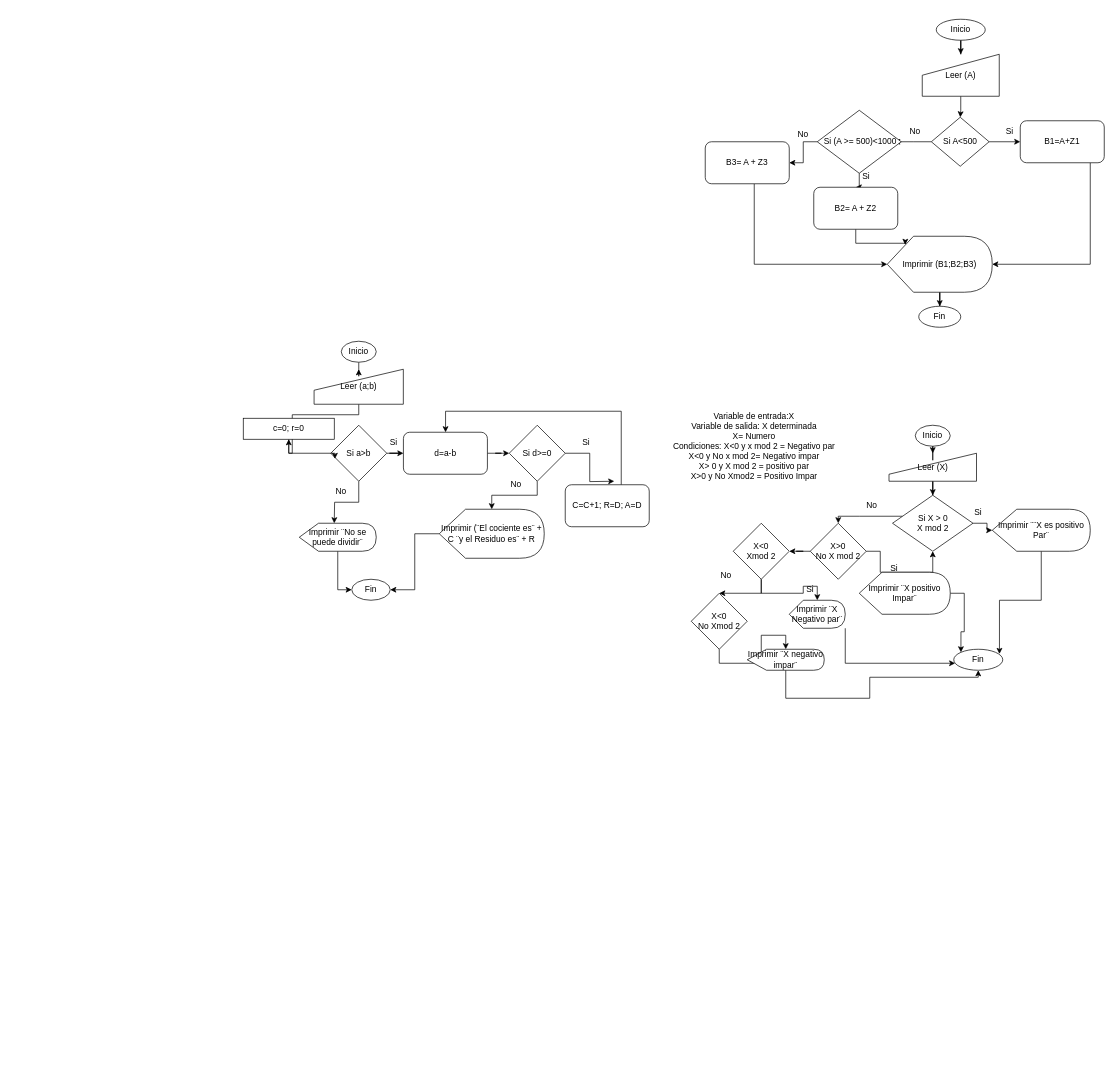
Above: Untitled Diagram.drawio in SabriHinojosa/Intro-Progr (draw.io), before the change. Source tidied: cells renumbered, new cells numbered last; positions are measured from the earlier drawing's top-left corner, leaving out a move shared by most shapes. Both pictures are drawn from the tidied source at 70%, with x=0, y=0 at pixel (243, 19).
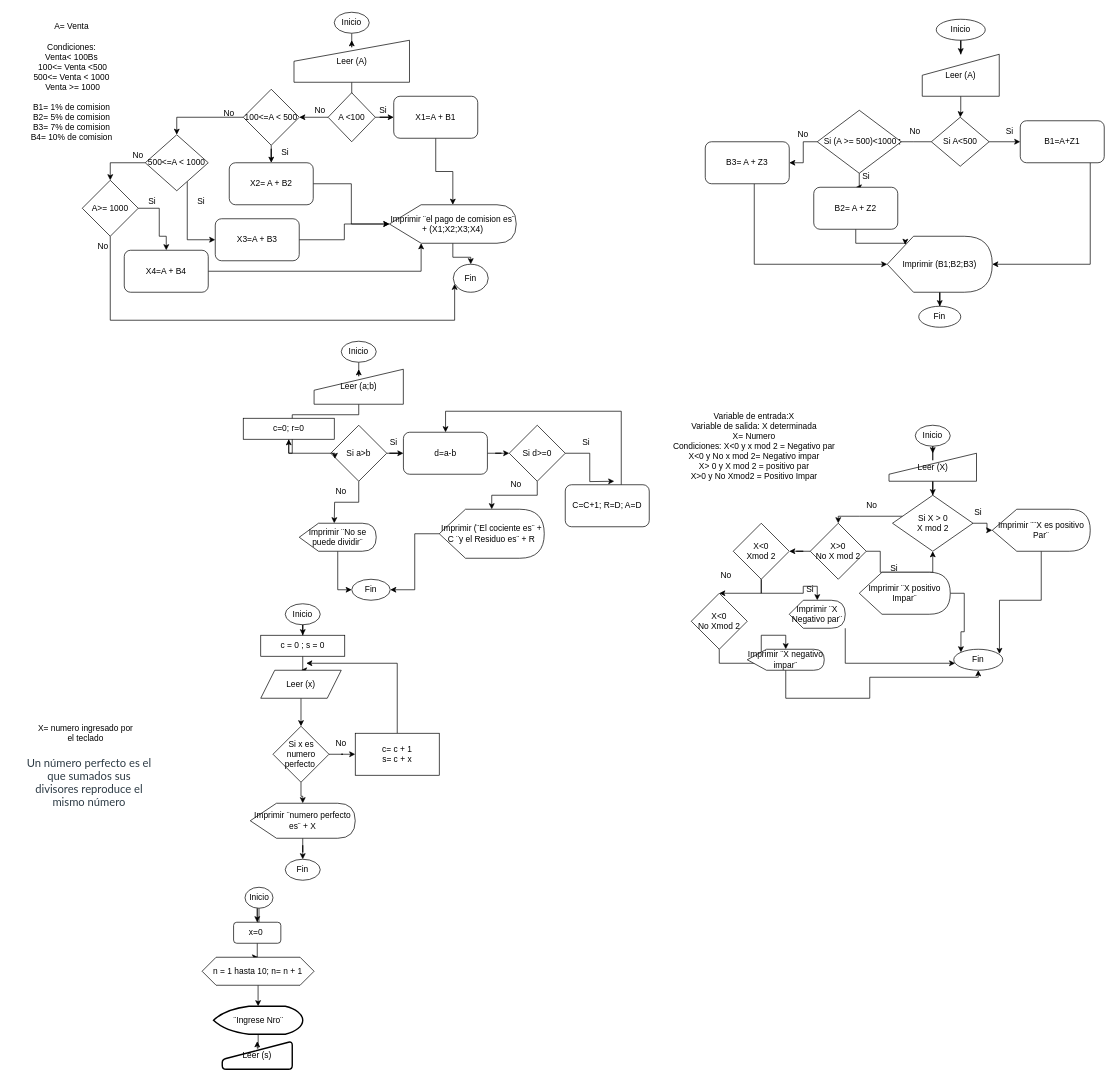
The same diagram, later.

What changed in the source:
```diff
@@
+    <mxCell id="80" style="edgeStyle=orthogonalEdgeStyle;rounded=0;jettySize=auto;html=1;" parent="1" edge="1" source="81">
+      <mxGeometry relative="1" as="geometry">
+        <mxPoint x="155" y="30" as="targetPoint" />
+      </mxGeometry>
+    </mxCell>
+    <mxCell id="81" value="Inicio" style="ellipse;whiteSpace=wrap;html=1;" parent="1" vertex="1">
+      <mxGeometry x="130" y="-10" width="50" height="30" as="geometry" />
+    </mxCell>
+    <mxCell id="82" value="A= Venta&lt;br&gt;&lt;br&gt;Condiciones: &lt;br&gt;Venta&amp;lt; 100Bs&lt;br&gt;&amp;nbsp;100&amp;lt;= Venta &amp;lt;500&lt;br&gt;500&amp;lt;= Venta &amp;lt; 1000&lt;br&gt;&amp;nbsp;Venta &amp;gt;= 1000&lt;br&gt;&lt;br&gt;B1= 1% de comision&lt;br&gt;B2= 5% de comision&lt;br&gt;B3= 7% de comision&lt;br&gt;B4= 10% de comision" style="text;html=1;strokeColor=none;fillColor=none;align=center;verticalAlign=middle;whiteSpace=wrap;rounded=0;" parent="1" vertex="1">
+      <mxGeometry x="-330" y="60" width="170" height="60" as="geometry" />
+    </mxCell>
+    <mxCell id="83" style="edgeStyle=orthogonalEdgeStyle;rounded=0;jettySize=auto;html=1;" parent="1" edge="1" source="84" target="87">
+      <mxGeometry relative="1" as="geometry" />
+    </mxCell>
+    <mxCell id="84" value="Leer (A)" style="shape=manualInput;whiteSpace=wrap;html=1;" parent="1" vertex="1">
+      <mxGeometry x="72.5" y="30" width="165" height="60" as="geometry" />
+    </mxCell>
+    <mxCell id="85" style="edgeStyle=orthogonalEdgeStyle;rounded=0;jettySize=auto;html=1;" parent="1" edge="1" source="87" target="90">
+      <mxGeometry relative="1" as="geometry" />
+    </mxCell>
+    <mxCell id="86" style="edgeStyle=orthogonalEdgeStyle;rounded=0;jettySize=auto;html=1;" parent="1" edge="1" source="87" target="93">
+      <mxGeometry relative="1" as="geometry" />
+    </mxCell>
+    <mxCell id="87" value="A &amp;lt;100" style="rhombus;whiteSpace=wrap;html=1;" parent="1" vertex="1">
+      <mxGeometry x="121.2" y="105" width="67.5" height="70" as="geometry" />
+    </mxCell>
+    <mxCell id="88" style="edgeStyle=orthogonalEdgeStyle;rounded=0;jettySize=auto;html=1;" parent="1" edge="1" source="90" target="96">
+      <mxGeometry relative="1" as="geometry" />
+    </mxCell>
+    <mxCell id="89" style="edgeStyle=orthogonalEdgeStyle;rounded=0;jettySize=auto;html=1;entryX=0.5;entryY=0;entryDx=0;entryDy=0;" parent="1" edge="1" source="90" target="99">
+      <mxGeometry relative="1" as="geometry" />
+    </mxCell>
+    <mxCell id="90" value="100&amp;lt;=A &amp;lt; 500" style="rhombus;whiteSpace=wrap;html=1;" parent="1" vertex="1">
+      <mxGeometry y="100" width="80" height="80" as="geometry" />
+    </mxCell>
+    <mxCell id="91" value="No" style="text;html=1;strokeColor=none;fillColor=none;align=center;verticalAlign=middle;whiteSpace=wrap;rounded=0;" parent="1" vertex="1">
+      <mxGeometry x="80" y="115" width="60" height="30" as="geometry" />
+    </mxCell>
+    <mxCell id="92" style="edgeStyle=orthogonalEdgeStyle;rounded=0;jettySize=auto;html=1;" parent="1" edge="1" source="93" target="111">
+      <mxGeometry relative="1" as="geometry" />
+    </mxCell>
+    <mxCell id="93" value="X1=A + B1" style="rounded=1;whiteSpace=wrap;html=1;" parent="1" vertex="1">
+      <mxGeometry x="215" y="110" width="120" height="60" as="geometry" />
+    </mxCell>
+    <mxCell id="94" value="Si" style="text;html=1;strokeColor=none;fillColor=none;align=center;verticalAlign=middle;whiteSpace=wrap;rounded=0;" parent="1" vertex="1">
+      <mxGeometry x="170" y="115" width="60" height="30" as="geometry" />
+    </mxCell>
+    <mxCell id="95" style="edgeStyle=orthogonalEdgeStyle;rounded=0;jettySize=auto;html=1;" parent="1" edge="1" source="96" target="111">
+      <mxGeometry relative="1" as="geometry" />
+    </mxCell>
+    <mxCell id="96" value="X2= A + B2" style="rounded=1;whiteSpace=wrap;html=1;" parent="1" vertex="1">
+      <mxGeometry x="-20" y="205" width="120" height="60" as="geometry" />
+    </mxCell>
+    <mxCell id="97" style="edgeStyle=orthogonalEdgeStyle;rounded=0;jettySize=auto;html=1;" parent="1" edge="1" source="99" target="103">
+      <mxGeometry relative="1" as="geometry">
+        <Array as="points">
+          <mxPoint x="-80" y="315" />
+        </Array>
+      </mxGeometry>
+    </mxCell>
+    <mxCell id="98" style="edgeStyle=orthogonalEdgeStyle;rounded=0;jettySize=auto;html=1;entryX=0.5;entryY=0;entryDx=0;entryDy=0;" parent="1" edge="1" source="99" target="107">
+      <mxGeometry relative="1" as="geometry" />
+    </mxCell>
+    <mxCell id="99" value="500&amp;lt;=A &amp;lt; 1000" style="rhombus;whiteSpace=wrap;html=1;" parent="1" vertex="1">
+      <mxGeometry x="-140" y="165" width="90" height="80" as="geometry" />
+    </mxCell>
+    <mxCell id="100" value="No" style="text;html=1;strokeColor=none;fillColor=none;align=center;verticalAlign=middle;whiteSpace=wrap;rounded=0;" parent="1" vertex="1">
+      <mxGeometry x="-50" y="120" width="60" height="30" as="geometry" />
+    </mxCell>
+    <mxCell id="101" value="Si" style="text;html=1;strokeColor=none;fillColor=none;align=center;verticalAlign=middle;whiteSpace=wrap;rounded=0;" parent="1" vertex="1">
+      <mxGeometry x="30" y="175" width="60" height="30" as="geometry" />
+    </mxCell>
+    <mxCell id="102" style="edgeStyle=orthogonalEdgeStyle;rounded=0;jettySize=auto;html=1;" parent="1" edge="1" source="103" target="111">
+      <mxGeometry relative="1" as="geometry" />
+    </mxCell>
+    <mxCell id="103" value="X3=A + B3" style="rounded=1;whiteSpace=wrap;html=1;" parent="1" vertex="1">
+      <mxGeometry x="-40" y="285" width="120" height="60" as="geometry" />
+    </mxCell>
+    <mxCell id="104" style="edgeStyle=orthogonalEdgeStyle;rounded=0;orthogonalLoop=1;jettySize=auto;html=1;exitX=0.5;exitY=1;exitDx=0;exitDy=0;" parent="1" edge="1" source="82" target="82">
+      <mxGeometry relative="1" as="geometry" />
+    </mxCell>
+    <mxCell id="105" style="edgeStyle=orthogonalEdgeStyle;rounded=0;jettySize=auto;html=1;" parent="1" edge="1" source="107" target="109">
+      <mxGeometry relative="1" as="geometry">
+        <Array as="points">
+          <mxPoint x="-120" y="270" />
+          <mxPoint x="-120" y="310" />
+          <mxPoint x="-110" y="310" />
+        </Array>
+      </mxGeometry>
+    </mxCell>
+    <mxCell id="106" style="edgeStyle=orthogonalEdgeStyle;rounded=0;jettySize=auto;html=1;entryX=0.04;entryY=0.7;entryDx=0;entryDy=0;entryPerimeter=0;" parent="1" edge="1" source="107" target="112">
+      <mxGeometry relative="1" as="geometry">
+        <Array as="points">
+          <mxPoint x="-190" y="430" />
+          <mxPoint x="302" y="430" />
+        </Array>
+      </mxGeometry>
+    </mxCell>
+    <mxCell id="107" value="A&amp;gt;= 1000" style="rhombus;whiteSpace=wrap;html=1;" parent="1" vertex="1">
+      <mxGeometry x="-230" y="230" width="80" height="80" as="geometry" />
+    </mxCell>
+    <mxCell id="108" style="edgeStyle=orthogonalEdgeStyle;rounded=0;jettySize=auto;html=1;entryX=0;entryY=0;entryDx=45.3125;entryDy=55;entryPerimeter=0;" parent="1" edge="1" source="109" target="111">
+      <mxGeometry relative="1" as="geometry" />
+    </mxCell>
+    <mxCell id="109" value="X4=A + B4" style="rounded=1;whiteSpace=wrap;html=1;" parent="1" vertex="1">
+      <mxGeometry x="-170" y="330" width="120" height="60" as="geometry" />
+    </mxCell>
+    <mxCell id="110" style="edgeStyle=orthogonalEdgeStyle;rounded=0;jettySize=auto;html=1;" parent="1" edge="1" source="111" target="112">
+      <mxGeometry relative="1" as="geometry" />
+    </mxCell>
+    <mxCell id="111" value="Imprimir ¨el pago de comision es¨ + (X1;X2;X3;X4)" style="shape=display;whiteSpace=wrap;html=1;" parent="1" vertex="1">
+      <mxGeometry x="208.8" y="265" width="181.2" height="55" as="geometry" />
+    </mxCell>
+    <mxCell id="112" value="Fin" style="ellipse;whiteSpace=wrap;html=1;" parent="1" vertex="1">
+      <mxGeometry x="300" y="350" width="50" height="40" as="geometry" />
+    </mxCell>
+    <mxCell id="113" value="Si" style="text;html=1;strokeColor=none;fillColor=none;align=center;verticalAlign=middle;whiteSpace=wrap;rounded=0;" parent="1" vertex="1">
+      <mxGeometry x="-90" y="245" width="60" height="30" as="geometry" />
+    </mxCell>
+    <mxCell id="114" value="No" style="text;html=1;strokeColor=none;fillColor=none;align=center;verticalAlign=middle;whiteSpace=wrap;rounded=0;" parent="1" vertex="1">
+      <mxGeometry x="-180" y="180" width="60" height="30" as="geometry" />
+    </mxCell>
+    <mxCell id="115" value="Si" style="text;html=1;strokeColor=none;fillColor=none;align=center;verticalAlign=middle;whiteSpace=wrap;rounded=0;" parent="1" vertex="1">
+      <mxGeometry x="-160" y="245" width="60" height="30" as="geometry" />
+    </mxCell>
+    <mxCell id="116" value="No" style="text;html=1;strokeColor=none;fillColor=none;align=center;verticalAlign=middle;whiteSpace=wrap;rounded=0;" parent="1" vertex="1">
+      <mxGeometry x="-230" y="310" width="60" height="30" as="geometry" />
+    </mxCell>
+    <mxCell id="117" style="edgeStyle=orthogonalEdgeStyle;rounded=0;jettySize=auto;html=1;" parent="1" edge="1" source="118" target="120">
+      <mxGeometry relative="1" as="geometry" />
+    </mxCell>
+    <mxCell id="118" value="Inicio" style="ellipse;whiteSpace=wrap;html=1;" parent="1" vertex="1">
+      <mxGeometry x="60" y="835" width="50" height="30" as="geometry" />
+    </mxCell>
+    <mxCell id="119" style="edgeStyle=orthogonalEdgeStyle;rounded=0;jettySize=auto;html=1;" parent="1" edge="1" source="120" target="122">
+      <mxGeometry relative="1" as="geometry" />
+    </mxCell>
+    <mxCell id="120" value="c = 0 ; s = 0" style="rounded=0;whiteSpace=wrap;html=1;" parent="1" vertex="1">
+      <mxGeometry x="25" y="880" width="120" height="30" as="geometry" />
+    </mxCell>
+    <mxCell id="121" style="edgeStyle=orthogonalEdgeStyle;rounded=0;jettySize=auto;html=1;" parent="1" edge="1" source="122" target="128">
+      <mxGeometry relative="1" as="geometry" />
+    </mxCell>
+    <mxCell id="122" value="Leer (x)" style="shape=parallelogram;perimeter=parallelogramPerimeter;whiteSpace=wrap;html=1;fixedSize=1;" parent="1" vertex="1">
+      <mxGeometry x="25" y="930" width="115" height="40" as="geometry" />
+    </mxCell>
+    <mxCell id="123" value="&lt;span style=&quot;font-size: 12.0pt ; line-height: 107% ; font-family: &amp;#34;lato&amp;#34; , sans-serif ; color: #2d3b45&quot;&gt;Un número perfecto es el que sumados sus divisores reproduce el mismo número&lt;/span&gt;" style="text;html=1;strokeColor=none;fillColor=none;align=center;verticalAlign=middle;whiteSpace=wrap;rounded=0;" parent="1" vertex="1">
+      <mxGeometry x="-310" y="1050" width="180" height="80" as="geometry" />
+    </mxCell>
+    <mxCell id="124" style="edgeStyle=orthogonalEdgeStyle;rounded=0;jettySize=auto;html=1;" parent="1" edge="1" source="125">
+      <mxGeometry relative="1" as="geometry">
+        <mxPoint x="90" y="920" as="targetPoint" />
+        <Array as="points">
+          <mxPoint x="220" y="920" />
+        </Array>
+      </mxGeometry>
+    </mxCell>
+    <mxCell id="125" value="c= c + 1&lt;br&gt;s= c + x" style="rounded=0;whiteSpace=wrap;html=1;" parent="1" vertex="1">
+      <mxGeometry x="160" y="1020" width="120" height="60" as="geometry" />
+    </mxCell>
+    <mxCell id="126" style="edgeStyle=orthogonalEdgeStyle;rounded=0;jettySize=auto;html=1;" parent="1" edge="1" source="128" target="125">
+      <mxGeometry relative="1" as="geometry" />
+    </mxCell>
+    <mxCell id="127" style="edgeStyle=orthogonalEdgeStyle;rounded=0;jettySize=auto;html=1;" parent="1" edge="1" source="128" target="132">
+      <mxGeometry relative="1" as="geometry" />
+    </mxCell>
+    <mxCell id="128" value="Si x es numero perfecto&amp;nbsp;" style="rhombus;whiteSpace=wrap;html=1;" parent="1" vertex="1">
+      <mxGeometry x="42.5" y="1010" width="80" height="80" as="geometry" />
+    </mxCell>
+    <mxCell id="129" value="X= numero ingresado por el teclado" style="text;html=1;strokeColor=none;fillColor=none;align=center;verticalAlign=middle;whiteSpace=wrap;rounded=0;" parent="1" vertex="1">
+      <mxGeometry x="-300" y="1000" width="150" height="40" as="geometry" />
+    </mxCell>
+    <mxCell id="130" value="No" style="text;html=1;strokeColor=none;fillColor=none;align=center;verticalAlign=middle;whiteSpace=wrap;rounded=0;" parent="1" vertex="1">
+      <mxGeometry x="110" y="1020" width="60" height="30" as="geometry" />
+    </mxCell>
+    <mxCell id="131" style="edgeStyle=orthogonalEdgeStyle;rounded=0;jettySize=auto;html=1;" parent="1" edge="1" source="132" target="133">
+      <mxGeometry relative="1" as="geometry" />
+    </mxCell>
+    <mxCell id="132" value="Imprimir ¨numero perfecto es¨ + X" style="shape=display;whiteSpace=wrap;html=1;" parent="1" vertex="1">
+      <mxGeometry x="10" y="1120" width="150" height="50" as="geometry" />
+    </mxCell>
+    <mxCell id="133" value="Fin" style="ellipse;whiteSpace=wrap;html=1;" parent="1" vertex="1">
+      <mxGeometry x="60" y="1200" width="50" height="30" as="geometry" />
+    </mxCell>
+    <mxCell id="134" style="edgeStyle=orthogonalEdgeStyle;rounded=0;jettySize=auto;html=1;" parent="1" edge="1" source="135" target="137">
+      <mxGeometry relative="1" as="geometry" />
+    </mxCell>
+    <mxCell id="135" value="Inicio" style="ellipse;whiteSpace=wrap;html=1;" parent="1" vertex="1">
+      <mxGeometry x="2.5" y="1240" width="40" height="30" as="geometry" />
+    </mxCell>
+    <mxCell id="136" style="edgeStyle=orthogonalEdgeStyle;rounded=0;jettySize=auto;html=1;" parent="1" edge="1" source="137" target="139">
+      <mxGeometry relative="1" as="geometry" />
+    </mxCell>
+    <mxCell id="137" value="x=0&amp;nbsp;" style="rounded=1;whiteSpace=wrap;html=1;" parent="1" vertex="1">
+      <mxGeometry x="-13.8" y="1290" width="67.5" height="30" as="geometry" />
+    </mxCell>
+    <mxCell id="138" style="edgeStyle=orthogonalEdgeStyle;rounded=0;jettySize=auto;html=1;" parent="1" edge="1" source="139" target="141">
+      <mxGeometry relative="1" as="geometry" />
+    </mxCell>
+    <mxCell id="139" value="n = 1 hasta 10; n= n + 1" style="shape=hexagon;perimeter=hexagonPerimeter2;whiteSpace=wrap;html=1;fixedSize=1;" parent="1" vertex="1">
+      <mxGeometry x="-58.8" y="1340" width="160" height="40" as="geometry" />
+    </mxCell>
+    <mxCell id="140" style="edgeStyle=orthogonalEdgeStyle;rounded=0;jettySize=auto;html=1;" parent="1" edge="1" source="141" target="142">
+      <mxGeometry relative="1" as="geometry" />
+    </mxCell>
+    <mxCell id="141" value="¨Ingrese Nro¨" style="strokeWidth=2;html=1;shape=mxgraph.flowchart.display;whiteSpace=wrap;" parent="1" vertex="1">
+      <mxGeometry x="-42.5" y="1410" width="127.5" height="40" as="geometry" />
+    </mxCell>
+    <mxCell id="142" value="Leer (s)" style="html=1;strokeWidth=2;shape=manualInput;whiteSpace=wrap;rounded=1;size=26;arcSize=11;" parent="1" vertex="1">
+      <mxGeometry x="-30" y="1460" width="100" height="40" as="geometry" />
+    </mxCell>
```
